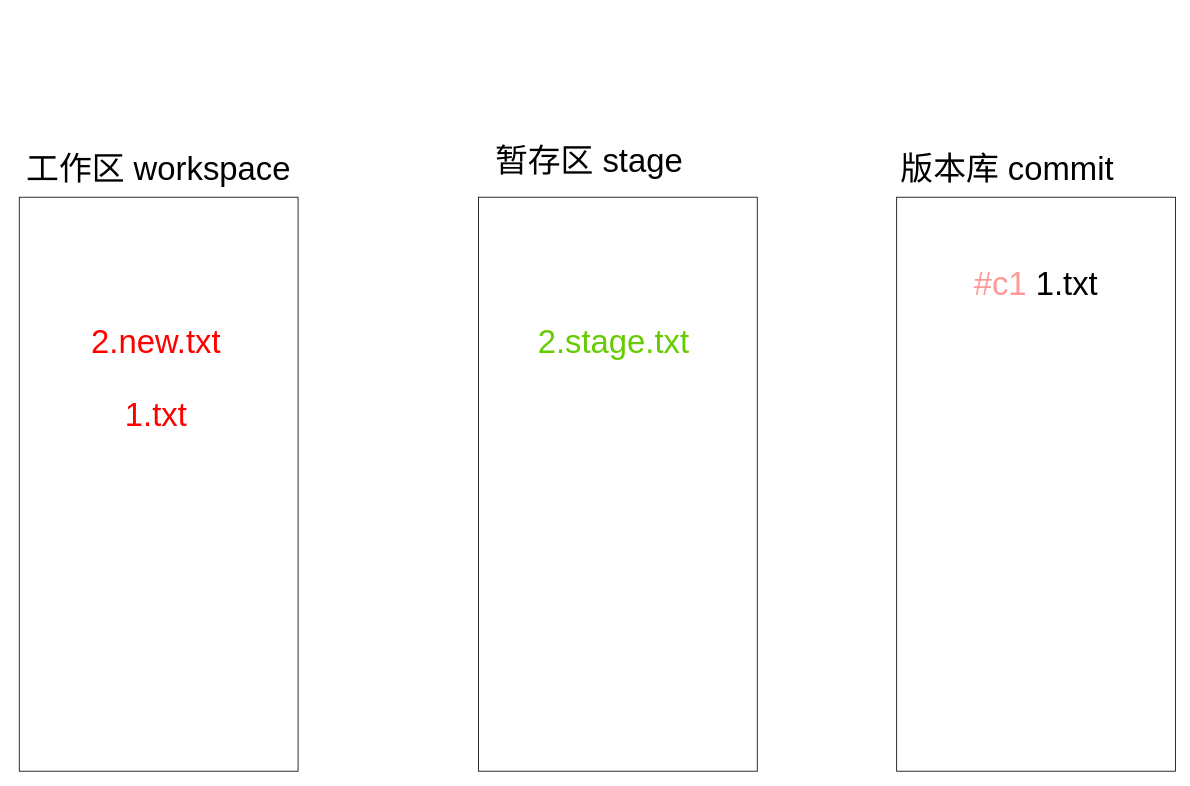
Earlier version of the draw.io diagram page "初始状态" (1 of 3) of git-restore.drawio (NEOTSO/fe-diagram). Source tidied: cells renumbered, new cells numbered last; positions are measured from the earlier drawing's top-left corner, leaving out a move shared by most shapes. Both pictures are drawn from the tidied source at 82%, with x=0, y=0 at pixel (19, 148).
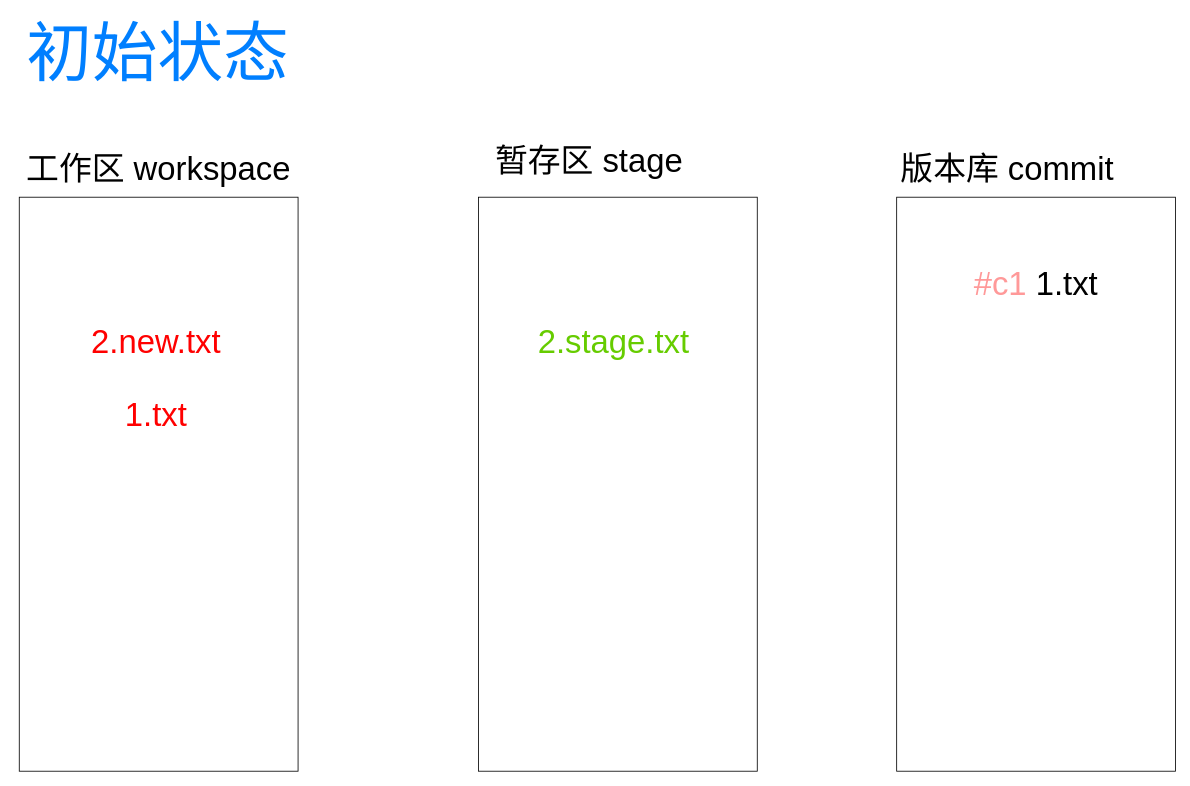
After the change.

What changed in the source:
```diff
@@
 <mxGraphModel>
   <root>
     <mxCell id="0" />
     <mxCell id="1" parent="0" />
     <mxCell id="2" style="rounded=0;whiteSpace=wrap;html=1;" parent="1" vertex="1">
       <mxGeometry y="60" width="340" height="700" as="geometry" />
     </mxCell>
     <mxCell id="3" style="rounded=0;whiteSpace=wrap;html=1;" parent="1" vertex="1">
       <mxGeometry x="1070" y="60" width="340" height="700" as="geometry" />
     </mxCell>
     <mxCell id="4" style="rounded=0;whiteSpace=wrap;html=1;" parent="1" vertex="1">
       <mxGeometry x="560" y="60" width="340" height="700" as="geometry" />
     </mxCell>
     <mxCell id="5" value="&lt;font style=&quot;font-size: 40px;&quot;&gt;工作区 workspace&lt;/font&gt;" style="text;strokeColor=none;align=center;fillColor=none;html=1;verticalAlign=middle;whiteSpace=wrap;rounded=0;" parent="1" vertex="1">
       <mxGeometry y="10" width="340" height="30" as="geometry" />
     </mxCell>
     <mxCell id="6" value="&lt;span style=&quot;font-size: 40px;&quot;&gt;暂存区 stage&lt;/span&gt;" style="text;strokeColor=none;align=center;fillColor=none;html=1;verticalAlign=middle;whiteSpace=wrap;rounded=0;" parent="1" vertex="1">
       <mxGeometry x="560" width="270" height="30" as="geometry" />
     </mxCell>
     <mxCell id="7" value="&lt;span style=&quot;font-size: 40px;&quot;&gt;版本库 commit&lt;/span&gt;" style="text;strokeColor=none;align=center;fillColor=none;html=1;verticalAlign=middle;whiteSpace=wrap;rounded=0;" parent="1" vertex="1">
       <mxGeometry x="1070" y="10" width="270" height="30" as="geometry" />
     </mxCell>
     <mxCell id="8" value="&lt;font style=&quot;&quot;&gt;&lt;font style=&quot;font-size: 40px;&quot;&gt;&lt;font color=&quot;#ff9999&quot;&gt;#c1&lt;/font&gt; 1.txt&lt;/font&gt;&lt;br&gt;&lt;/font&gt;" style="text;strokeColor=none;align=center;fillColor=none;html=1;verticalAlign=middle;whiteSpace=wrap;rounded=0;" parent="1" vertex="1">
       <mxGeometry x="1145" y="150" width="190" height="30" as="geometry" />
     </mxCell>
     <mxCell id="9" value="&lt;font color=&quot;#66cc00&quot; style=&quot;font-size: 40px;&quot;&gt;2.stage.txt&lt;/font&gt;" style="text;strokeColor=none;align=center;fillColor=none;html=1;verticalAlign=middle;whiteSpace=wrap;rounded=0;" parent="1" vertex="1">
       <mxGeometry x="600" y="220" width="250" height="30" as="geometry" />
     </mxCell>
     <mxCell id="10" value="&lt;font color=&quot;#ff0000&quot; style=&quot;font-size: 40px;&quot;&gt;2.new.txt&lt;/font&gt;" style="text;strokeColor=none;align=center;fillColor=none;html=1;verticalAlign=middle;whiteSpace=wrap;rounded=0;" parent="1" vertex="1">
       <mxGeometry x="42" y="220" width="250" height="30" as="geometry" />
     </mxCell>
     <mxCell id="11" value="&lt;font color=&quot;#ff0000&quot; style=&quot;font-size: 40px;&quot;&gt;1.txt&lt;/font&gt;" style="text;strokeColor=none;align=center;fillColor=none;html=1;verticalAlign=middle;whiteSpace=wrap;rounded=0;" parent="1" vertex="1">
       <mxGeometry x="42" y="310" width="250" height="30" as="geometry" />
     </mxCell>
+    <mxCell id="12" value="&lt;font color=&quot;#007fff&quot; style=&quot;font-size: 80px;&quot;&gt;初始状态&lt;/font&gt;" style="text;strokeColor=none;align=center;fillColor=none;html=1;verticalAlign=middle;whiteSpace=wrap;rounded=0;" parent="1" vertex="1">
+      <mxGeometry x="-6" y="-150" width="350" height="70" as="geometry" />
+    </mxCell>
   </root>
 </mxGraphModel>
```
